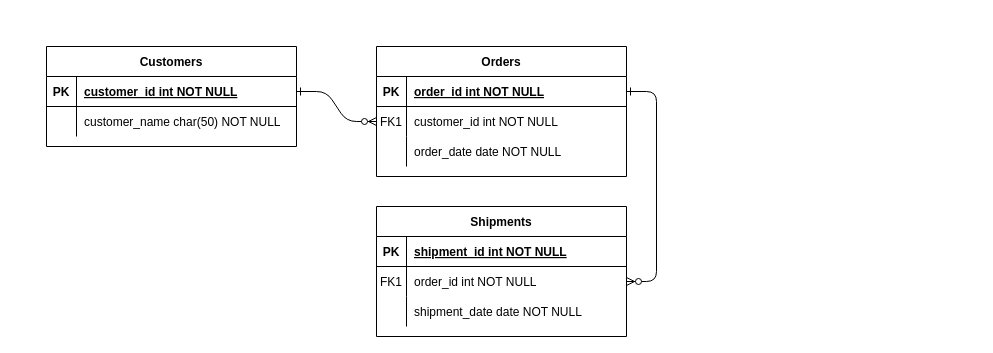
The draw.io diagram romania.drawio in MecaAlex/sem_2_alex_meca, before the edit. Source tidied: cells renumbered, new cells numbered last; positions are measured from the earlier drawing's top-left corner, leaving out a move shared by most shapes. Both pictures are drawn from the tidied source at 100%, with x=0, y=0 at pixel (46, 46).
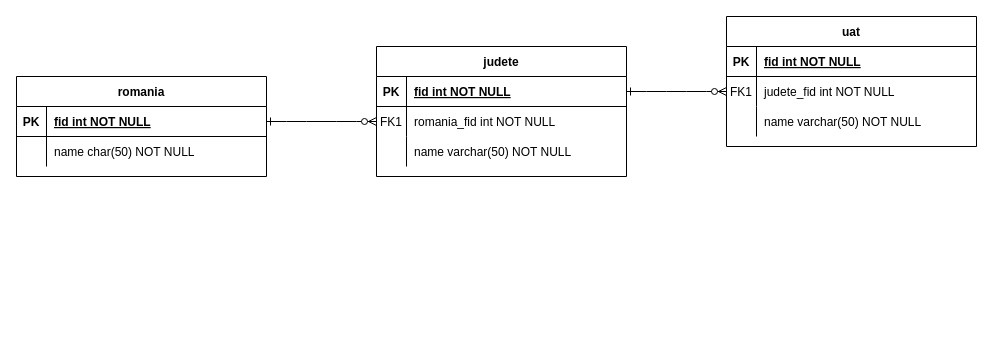
Above is the later version.

Unchanged cells that the change refers to:
```xml
<mxCell id="5" style="shape=partialRectangle;fillColor=none;points=[[0,0.5],[1,0.5]];portConstraint=eastwest;top=0;left=0;right=0;bottom=1;" parent="4" vertex="1">
  <mxGeometry y="30" width="250" height="30" as="geometry" />
</mxCell>
<mxCell id="8" style="shape=partialRectangle;fillColor=none;points=[[0,0.5],[1,0.5]];portConstraint=eastwest;top=0;left=0;right=0;bottom=0;" parent="4" vertex="1">
  <mxGeometry y="60" width="250" height="30" as="geometry" />
</mxCell>
<mxCell id="11" style="shape=partialRectangle;fillColor=none;top=0;left=0;right=0;bottom=0;" parent="4" vertex="1">
  <mxGeometry y="90" width="250" height="30" as="geometry" />
</mxCell>
<mxCell id="15" style="shape=partialRectangle;fillColor=none;top=0;left=0;right=0;bottom=1;" parent="14" vertex="1">
  <mxGeometry y="30" width="250" height="30" as="geometry" />
</mxCell>
<mxCell id="18" style="shape=partialRectangle;fillColor=none;points=[[0,0.5],[1,0.5]];portConstraint=eastwest;top=0;left=0;right=0;bottom=0;" parent="14" vertex="1">
  <mxGeometry y="60" width="250" height="30" as="geometry" />
</mxCell>
<mxCell id="21" style="shape=partialRectangle;fillColor=none;top=0;left=0;right=0;bottom=0;" parent="14" vertex="1">
  <mxGeometry y="90" width="250" height="30" as="geometry" />
</mxCell>
<mxCell id="25" style="shape=partialRectangle;fillColor=none;points=[[0,0.5],[1,0.5]];portConstraint=eastwest;top=0;left=0;right=0;bottom=1;" parent="24" vertex="1">
  <mxGeometry y="30" width="250" height="30" as="geometry" />
</mxCell>
<mxCell id="28" style="shape=partialRectangle;fillColor=none;top=0;left=0;right=0;bottom=0;" parent="24" vertex="1">
  <mxGeometry y="60" width="250" height="30" as="geometry" />
</mxCell>
```

Diff of the diagram source:
```diff
@@
-    <mxCell id="4" value="Orders" style="shape=table;startSize=30;childLayout=tableLayout;rowLines=0;fontStyle=1;align=center;" parent="1" vertex="1">
+    <mxCell id="4" value="judete" style="shape=table;startSize=30;childLayout=tableLayout;rowLines=0;fontStyle=1;align=center;" parent="1" vertex="1">
       <mxGeometry x="330" width="250" height="130" as="geometry" />
     </mxCell>
@@
-    <mxCell id="7" value="order_id int NOT NULL " style="shape=partialRectangle;overflow=hidden;fillColor=none;top=0;left=0;bottom=0;right=0;align=left;spacingLeft=6;fontStyle=5;" parent="5" vertex="1">
+    <mxCell id="7" value="fid int NOT NULL " style="shape=partialRectangle;overflow=hidden;fillColor=none;top=0;left=0;bottom=0;right=0;align=left;spacingLeft=6;fontStyle=5;" parent="5" vertex="1">
       <mxGeometry x="30" width="220" height="30" as="geometry" />
     </mxCell>
@@
-    <mxCell id="10" value="customer_id int NOT NULL" style="shape=partialRectangle;overflow=hidden;fillColor=none;top=0;left=0;bottom=0;right=0;align=left;spacingLeft=6;" parent="8" vertex="1">
+    <mxCell id="10" value="romania_fid int NOT NULL" style="shape=partialRectangle;overflow=hidden;fillColor=none;top=0;left=0;bottom=0;right=0;align=left;spacingLeft=6;" parent="8" vertex="1">
       <mxGeometry x="30" width="220" height="30" as="geometry" />
     </mxCell>
@@
-    <mxCell id="13" value="order_date date NOT NULL" style="shape=partialRectangle;overflow=hidden;fillColor=none;top=0;left=0;bottom=0;right=0;align=left;spacingLeft=6;" parent="11" vertex="1">
+    <mxCell id="13" value="name varchar(50) NOT NULL" style="shape=partialRectangle;overflow=hidden;fillColor=none;top=0;left=0;bottom=0;right=0;align=left;spacingLeft=6;" parent="11" vertex="1">
       <mxGeometry x="30" width="220" height="30" as="geometry" />
     </mxCell>
-    <mxCell id="14" value="Shipments" style="shape=table;startSize=30;childLayout=tableLayout;rowLines=0;fontStyle=1;align=center;" parent="1" vertex="1">
-      <mxGeometry x="330" y="160" width="250" height="130" as="geometry" />
+    <mxCell id="14" value="uat" style="shape=table;startSize=30;childLayout=tableLayout;rowLines=0;fontStyle=1;align=center;" parent="1" vertex="1">
+      <mxGeometry x="680" y="-30" width="250" height="130" as="geometry" />
     </mxCell>
@@
-    <mxCell id="17" value="shipment_id int NOT NULL " style="shape=partialRectangle;overflow=hidden;fillColor=none;top=0;left=0;bottom=0;right=0;align=left;spacingLeft=6;fontStyle=5;" parent="15" vertex="1">
+    <mxCell id="17" value="fid int NOT NULL " style="shape=partialRectangle;overflow=hidden;fillColor=none;top=0;left=0;bottom=0;right=0;align=left;spacingLeft=6;fontStyle=5;" parent="15" vertex="1">
       <mxGeometry x="30" width="220" height="30" as="geometry" />
     </mxCell>
@@
-    <mxCell id="20" value="order_id int NOT NULL" style="shape=partialRectangle;overflow=hidden;fillColor=none;top=0;left=0;bottom=0;right=0;align=left;spacingLeft=6;" parent="18" vertex="1">
+    <mxCell id="20" value="judete_fid int NOT NULL" style="shape=partialRectangle;overflow=hidden;fillColor=none;top=0;left=0;bottom=0;right=0;align=left;spacingLeft=6;" parent="18" vertex="1">
       <mxGeometry x="30" width="220" height="30" as="geometry" />
     </mxCell>
@@
-    <mxCell id="23" value="shipment_date date NOT NULL" style="shape=partialRectangle;overflow=hidden;fillColor=none;top=0;left=0;bottom=0;right=0;align=left;spacingLeft=6;" parent="21" vertex="1">
+    <mxCell id="23" value="name varchar(50) NOT NULL" style="shape=partialRectangle;overflow=hidden;fillColor=none;top=0;left=0;bottom=0;right=0;align=left;spacingLeft=6;" parent="21" vertex="1">
       <mxGeometry x="30" width="220" height="30" as="geometry" />
     </mxCell>
-    <mxCell id="24" value="Customers" style="shape=table;startSize=30;childLayout=tableLayout;rowLines=0;fontStyle=1;align=center;" parent="1" vertex="1">
-      <mxGeometry width="250" height="100" as="geometry" />
+    <mxCell id="24" value="romania" style="shape=table;startSize=30;childLayout=tableLayout;rowLines=0;fontStyle=1;align=center;" parent="1" vertex="1">
+      <mxGeometry x="-30" y="30" width="250" height="100" as="geometry" />
     </mxCell>
@@
-    <mxCell id="27" value="customer_id int NOT NULL " style="shape=partialRectangle;overflow=hidden;fillColor=none;top=0;left=0;bottom=0;right=0;align=left;spacingLeft=6;fontStyle=5;" parent="25" vertex="1">
+    <mxCell id="27" value="fid int NOT NULL " style="shape=partialRectangle;overflow=hidden;fillColor=none;top=0;left=0;bottom=0;right=0;align=left;spacingLeft=6;fontStyle=5;" parent="25" vertex="1">
       <mxGeometry x="30" width="220" height="30" as="geometry" />
     </mxCell>
@@
-    <mxCell id="30" value="customer_name char(50) NOT NULL" style="shape=partialRectangle;overflow=hidden;fillColor=none;top=0;left=0;bottom=0;right=0;align=left;spacingLeft=6;" parent="28" vertex="1">
+    <mxCell id="30" value="name char(50) NOT NULL" style="shape=partialRectangle;overflow=hidden;fillColor=none;top=0;left=0;bottom=0;right=0;align=left;spacingLeft=6;" parent="28" vertex="1">
       <mxGeometry x="30" width="220" height="30" as="geometry" />
     </mxCell>
```
